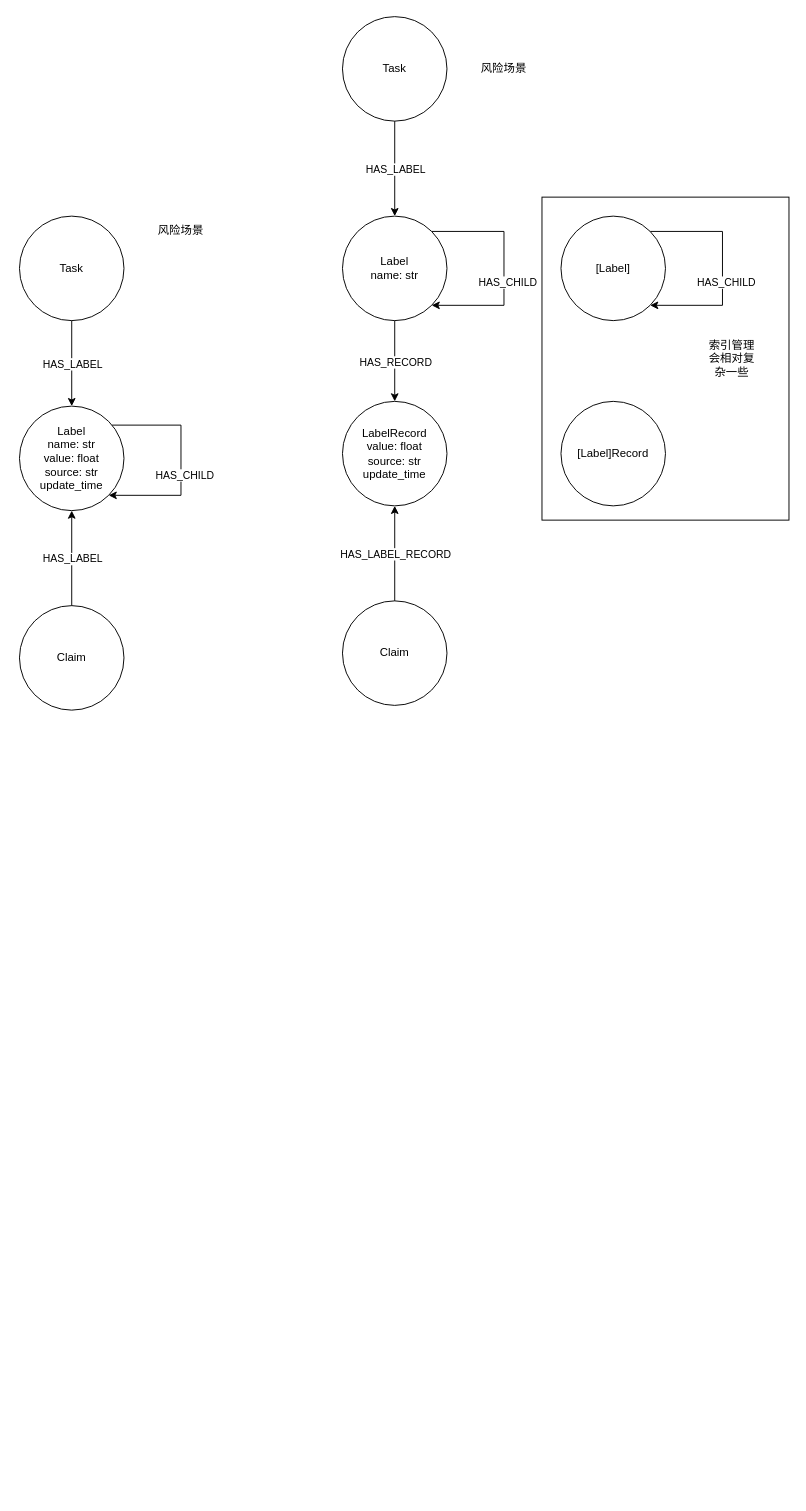
This is taiping-neo4j-arch.drawio from XiaoLiuAI/diagrams, a draw.io file, before an edit. Source tidied: cells renumbered, new cells numbered last; positions are measured from the earlier drawing's top-left corner, leaving out a move shared by most shapes. Both pictures are drawn from the tidied source at 95%, with x=0, y=0 at pixel (19, 16).
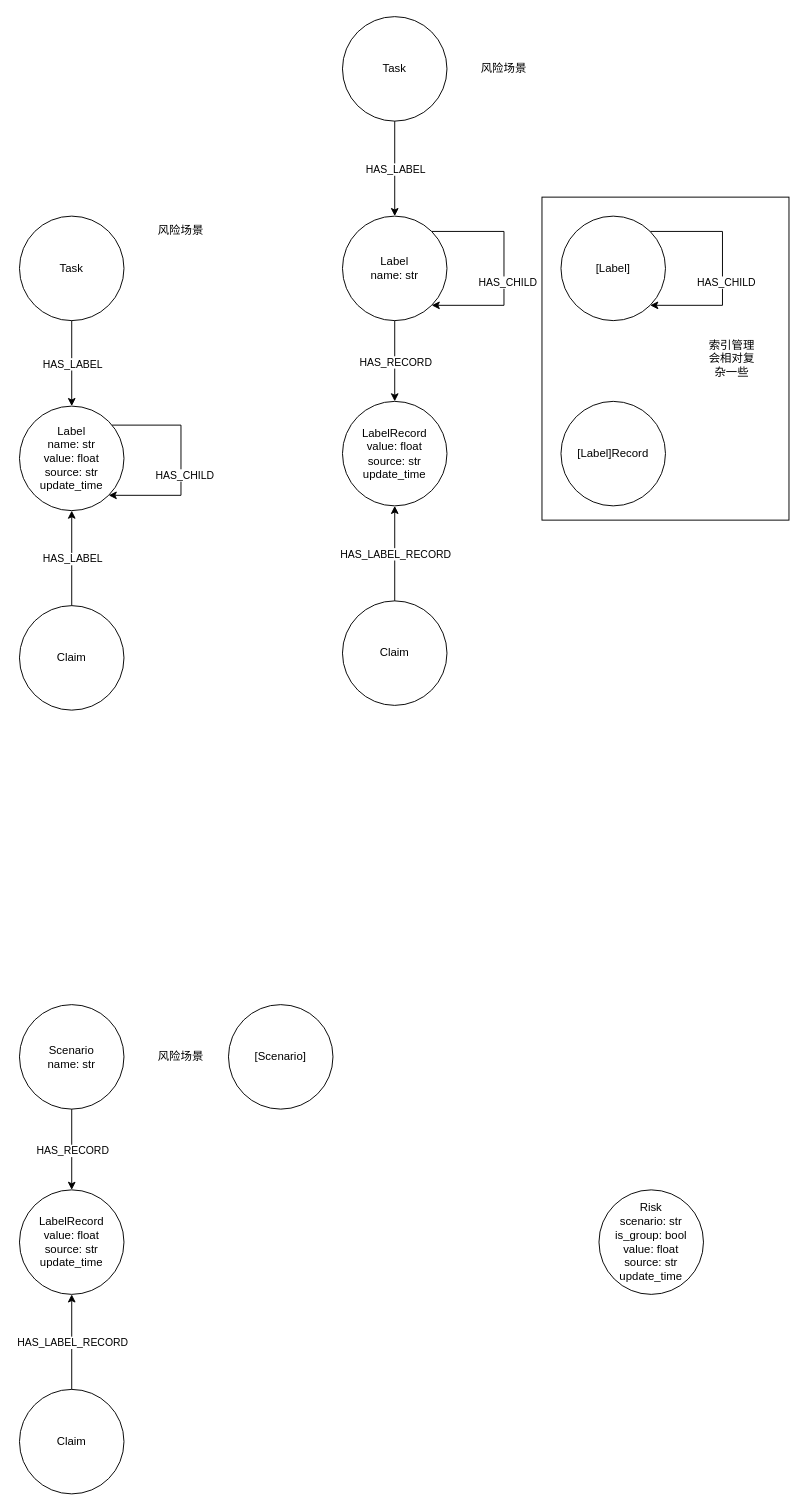
After the change.

The edit, as a diff of the source:
```diff
@@
+    <mxCell id="31" value="LabelRecord&lt;br&gt;value: float&lt;br&gt;source: str&lt;br&gt;update_time" style="ellipse;whiteSpace=wrap;html=1;" parent="1" vertex="1">
+      <mxGeometry y="1235" width="110" height="110" as="geometry" />
+    </mxCell>
+    <mxCell id="32" value="Claim" style="ellipse;whiteSpace=wrap;html=1;" parent="1" vertex="1">
+      <mxGeometry y="1445" width="110" height="110" as="geometry" />
+    </mxCell>
+    <mxCell id="33" style="endArrow=classic;html=1;rounded=0;edgeStyle=orthogonalEdgeStyle;entryX=0.5;entryY=1;entryDx=0;entryDy=0;exitX=0.5;exitY=0;exitDx=0;exitDy=0;" parent="1" edge="1" source="32" target="31">
+      <mxGeometry relative="1" as="geometry" />
+    </mxCell>
+    <mxCell id="34" value="HAS_LABEL_RECORD" style="edgeLabel;html=1;align=center;verticalAlign=middle;" parent="33" vertex="1">
+      <mxGeometry relative="1" as="geometry" />
+    </mxCell>
+    <mxCell id="35" value="风险场景" style="text;html=1;strokeColor=none;fillColor=none;align=center;verticalAlign=middle;whiteSpace=wrap;rounded=0;" parent="1" vertex="1">
+      <mxGeometry x="120" y="1080" width="100" height="30" as="geometry" />
+    </mxCell>
+    <mxCell id="36" value="Scenario&lt;br&gt;name: str" style="ellipse;whiteSpace=wrap;html=1;" parent="1" vertex="1">
+      <mxGeometry y="1040" width="110" height="110" as="geometry" />
+    </mxCell>
+    <mxCell id="37" style="endArrow=classic;html=1;rounded=0;edgeStyle=orthogonalEdgeStyle;entryX=0.5;entryY=0;entryDx=0;entryDy=0;" parent="1" edge="1" source="36" target="31">
+      <mxGeometry relative="1" as="geometry" />
+    </mxCell>
+    <mxCell id="38" value="HAS_RECORD" style="edgeLabel;html=1;align=center;verticalAlign=middle;" parent="37" vertex="1">
+      <mxGeometry relative="1" as="geometry" />
+    </mxCell>
+    <mxCell id="39" value="[Scenario]" style="ellipse;whiteSpace=wrap;html=1;" parent="1" vertex="1">
+      <mxGeometry x="220" y="1040" width="110" height="110" as="geometry" />
+    </mxCell>
+    <mxCell id="40" value="Risk&lt;br&gt;scenario: str&lt;br&gt;is_group: bool&lt;br&gt;value: float&lt;br&gt;source: str&lt;br&gt;update_time" style="ellipse;whiteSpace=wrap;html=1;" parent="1" vertex="1">
+      <mxGeometry x="610" y="1235" width="110" height="110" as="geometry" />
+    </mxCell>
```
